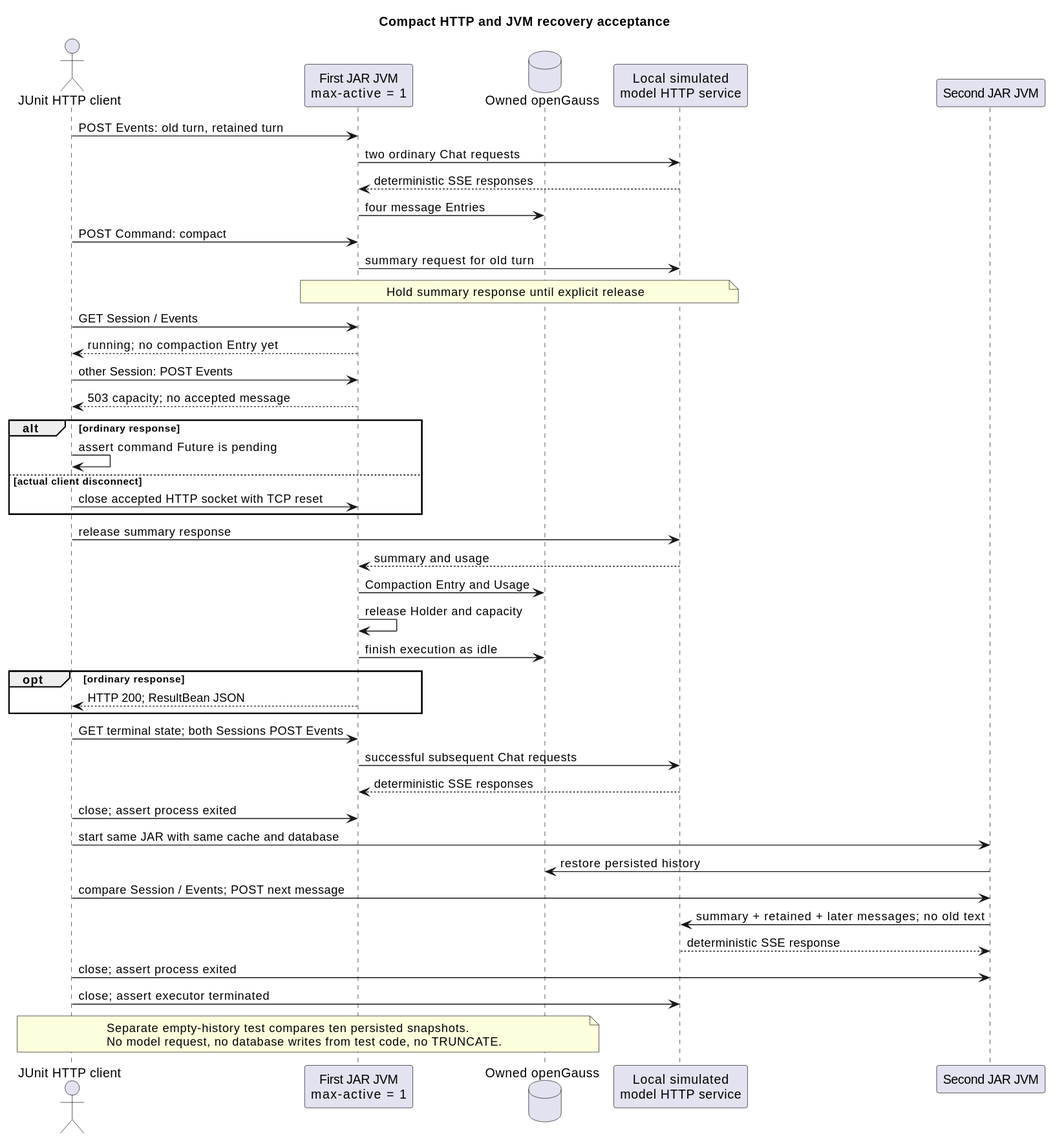
Before: docs/designs/compact-command-process-tests/compact_process_acceptance.svg, a diagram exported from PlantUML (2862282695gjh-afk/pi-mono-java).
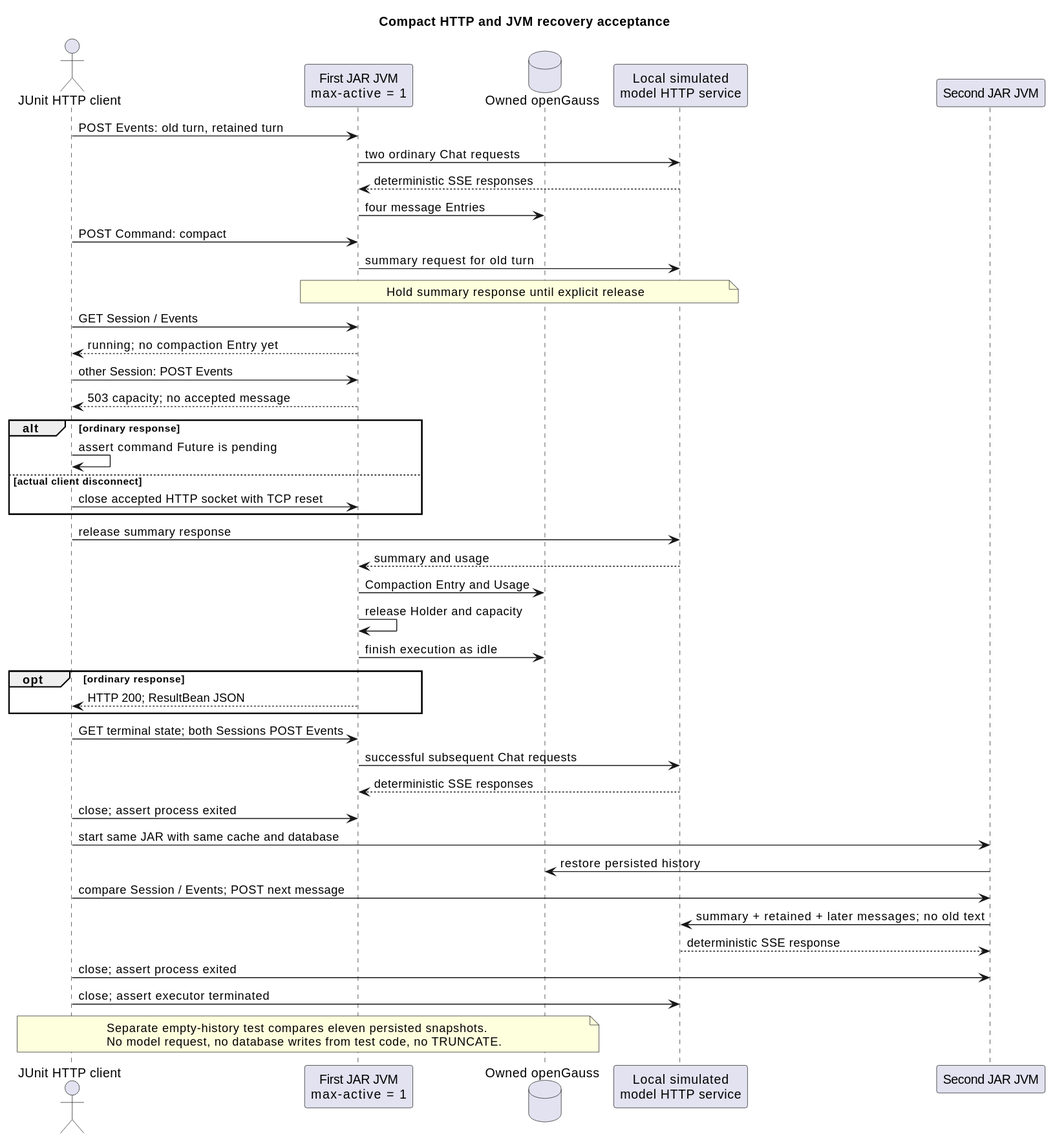
The same diagram one commit later.

The edit, as a diff of the source:
```diff
@@ -43,7 +43,7 @@
 Test -> Second : close; assert process exited
 Test -> Model : close; assert executor terminated
 note over Test,DB
-  Separate empty-history test compares ten persisted snapshots.
+  Separate empty-history test compares eleven persisted snapshots.
   No model request, no database writes from test code, no TRUNCATE.
 end note
 @enduml
```
